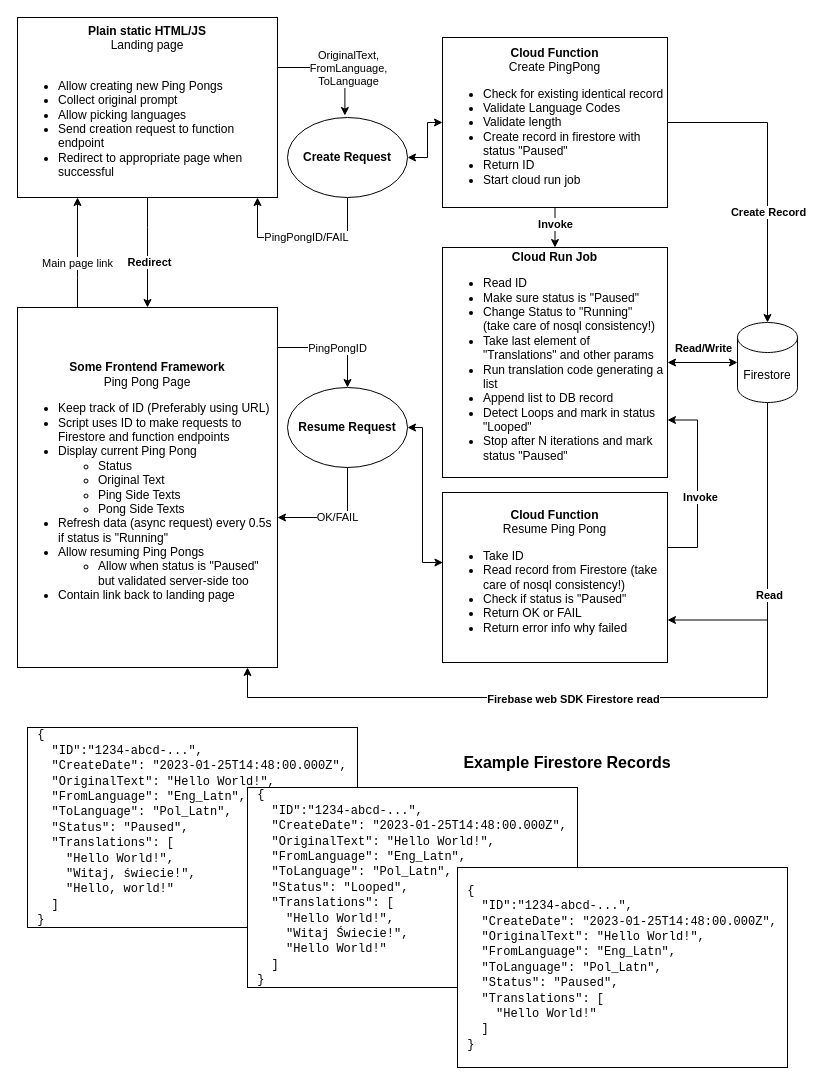
Before: docs/gcp.drawio in niegrzybkowski/ping-pong-translate-gcp, a draw.io diagram. Source tidied: cells renumbered, new cells numbered last; positions are measured from the earlier drawing's top-left corner, leaving out a move shared by most shapes. Both pictures are drawn from the tidied source at 100%, with x=0, y=0 at pixel (17, 17).
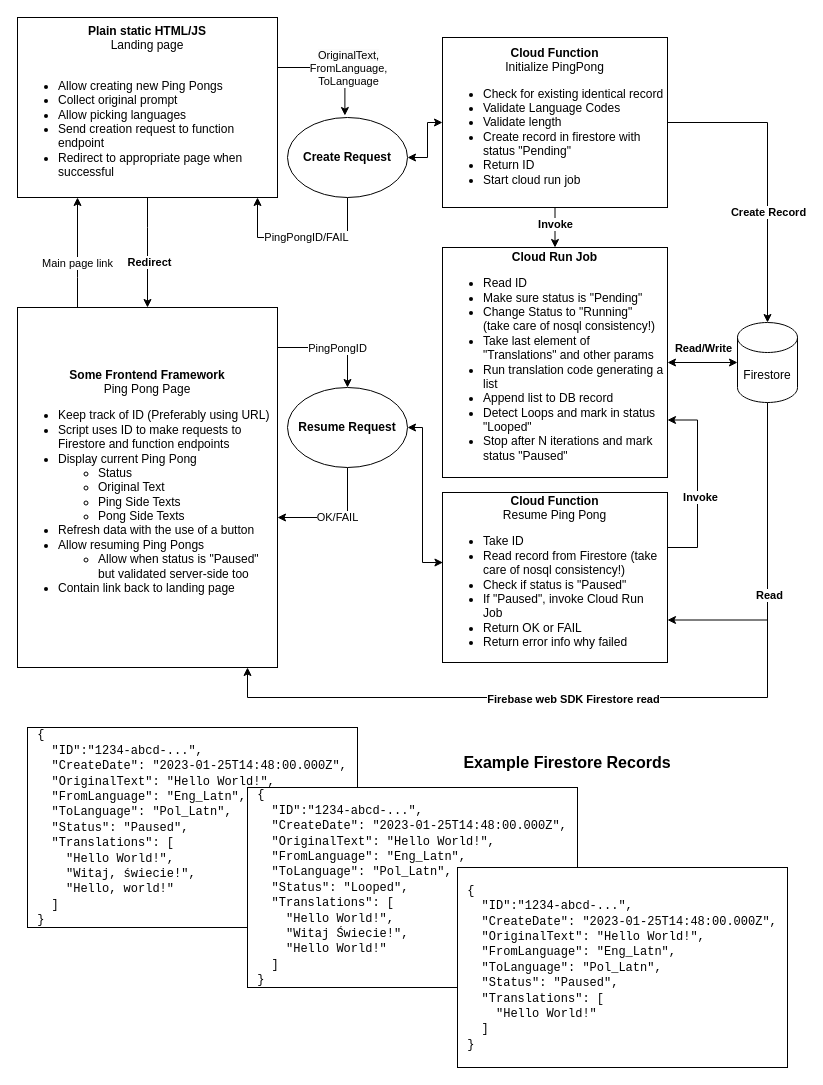
After the change.

What changed in the source:
```diff
@@
-    <mxCell id="8" value="&lt;b&gt;Some Frontend Framework&lt;/b&gt;&lt;br&gt;Ping Pong Page&lt;br&gt;&lt;ul style=&quot;&quot;&gt;&lt;li style=&quot;text-align: left;&quot;&gt;Keep track of ID (Preferably using URL)&lt;/li&gt;&lt;li style=&quot;text-align: left;&quot;&gt;Script uses ID to make requests to Firestore and function endpoints&lt;/li&gt;&lt;li style=&quot;text-align: left;&quot;&gt;Display current Ping Pong&lt;/li&gt;&lt;ul&gt;&lt;li style=&quot;text-align: left;&quot;&gt;Status&lt;/li&gt;&lt;li style=&quot;text-align: left;&quot;&gt;Original Text&lt;/li&gt;&lt;li style=&quot;text-align: left;&quot;&gt;Ping Side Texts&lt;/li&gt;&lt;li style=&quot;text-align: left;&quot;&gt;Pong Side Texts&lt;/li&gt;&lt;/ul&gt;&lt;li style=&quot;text-align: left;&quot;&gt;Refresh data (async request) every 0.5s if status is &quot;Running&quot;&amp;nbsp;&lt;/li&gt;&lt;li style=&quot;border-color: var(--border-color); text-align: left;&quot;&gt;Allow resuming Ping Pongs&lt;/li&gt;&lt;ul&gt;&lt;li style=&quot;border-color: var(--border-color); text-align: left;&quot;&gt;Allow when status is &quot;Paused&quot; but validated server-side too&lt;/li&gt;&lt;/ul&gt;&lt;li style=&quot;text-align: left;&quot;&gt;Contain link back to landing page&amp;nbsp;&lt;/li&gt;&lt;/ul&gt;" style="rounded=0;whiteSpace=wrap;html=1;" parent="1" vertex="1">
+    <mxCell id="8" value="&lt;b&gt;Some Frontend Framework&lt;/b&gt;&lt;br&gt;Ping Pong Page&lt;br&gt;&lt;ul style=&quot;&quot;&gt;&lt;li style=&quot;text-align: left;&quot;&gt;Keep track of ID (Preferably using URL)&lt;/li&gt;&lt;li style=&quot;text-align: left;&quot;&gt;Script uses ID to make requests to Firestore and function endpoints&lt;/li&gt;&lt;li style=&quot;text-align: left;&quot;&gt;Display current Ping Pong&lt;/li&gt;&lt;ul&gt;&lt;li style=&quot;text-align: left;&quot;&gt;Status&lt;/li&gt;&lt;li style=&quot;text-align: left;&quot;&gt;Original Text&lt;/li&gt;&lt;li style=&quot;text-align: left;&quot;&gt;Ping Side Texts&lt;/li&gt;&lt;li style=&quot;text-align: left;&quot;&gt;Pong Side Texts&lt;/li&gt;&lt;/ul&gt;&lt;li style=&quot;text-align: left;&quot;&gt;Refresh data with the use of a button&lt;/li&gt;&lt;li style=&quot;border-color: var(--border-color); text-align: left;&quot;&gt;Allow resuming Ping Pongs&lt;/li&gt;&lt;ul&gt;&lt;li style=&quot;border-color: var(--border-color); text-align: left;&quot;&gt;Allow when status is &quot;Paused&quot; but validated server-side too&lt;/li&gt;&lt;/ul&gt;&lt;li style=&quot;text-align: left;&quot;&gt;Contain link back to landing page&amp;nbsp;&lt;/li&gt;&lt;/ul&gt;" style="rounded=0;whiteSpace=wrap;html=1;" parent="1" vertex="1">
       <mxGeometry y="290" width="260" height="360" as="geometry" />
     </mxCell>
@@
-    <mxCell id="13" value="&lt;b&gt;Cloud Function&lt;br&gt;&lt;/b&gt;Create PingPong&lt;br&gt;&lt;div style=&quot;text-align: left;&quot;&gt;&lt;ul style=&quot;&quot;&gt;&lt;li style=&quot;font-weight: bold;&quot;&gt;&lt;span style=&quot;background-color: initial; font-weight: normal;&quot;&gt;Check for existing identical record&lt;/span&gt;&lt;/li&gt;&lt;li style=&quot;font-weight: bold;&quot;&gt;&lt;span style=&quot;background-color: initial; font-weight: normal;&quot;&gt;Validate Language Codes&lt;/span&gt;&lt;/li&gt;&lt;li style=&quot;font-weight: bold;&quot;&gt;&lt;span style=&quot;background-color: initial; font-weight: normal;&quot;&gt;Validate length&lt;/span&gt;&lt;/li&gt;&lt;li style=&quot;&quot;&gt;&lt;span style=&quot;background-color: initial;&quot;&gt;Create record in firestore with status &quot;Paused&quot;&lt;/span&gt;&lt;/li&gt;&lt;li style=&quot;&quot;&gt;&lt;span style=&quot;background-color: initial;&quot;&gt;Return ID&lt;/span&gt;&lt;/li&gt;&lt;li style=&quot;&quot;&gt;&lt;span style=&quot;background-color: initial;&quot;&gt;Start cloud run job&lt;/span&gt;&lt;/li&gt;&lt;/ul&gt;&lt;/div&gt;" style="rounded=0;whiteSpace=wrap;html=1;" parent="1" vertex="1">
+    <mxCell id="13" value="&lt;b&gt;Cloud Function&lt;br&gt;&lt;/b&gt;Initialize PingPong&lt;br&gt;&lt;div style=&quot;text-align: left;&quot;&gt;&lt;ul style=&quot;&quot;&gt;&lt;li style=&quot;font-weight: bold;&quot;&gt;&lt;span style=&quot;background-color: initial; font-weight: normal;&quot;&gt;Check for existing identical record&lt;/span&gt;&lt;/li&gt;&lt;li style=&quot;font-weight: bold;&quot;&gt;&lt;span style=&quot;background-color: initial; font-weight: normal;&quot;&gt;Validate Language Codes&lt;/span&gt;&lt;/li&gt;&lt;li style=&quot;font-weight: bold;&quot;&gt;&lt;span style=&quot;background-color: initial; font-weight: normal;&quot;&gt;Validate length&lt;/span&gt;&lt;/li&gt;&lt;li style=&quot;&quot;&gt;&lt;span style=&quot;background-color: initial;&quot;&gt;Create record in firestore with status &quot;Pending&quot;&lt;/span&gt;&lt;/li&gt;&lt;li style=&quot;&quot;&gt;&lt;span style=&quot;background-color: initial;&quot;&gt;Return ID&lt;/span&gt;&lt;/li&gt;&lt;li style=&quot;&quot;&gt;&lt;span style=&quot;background-color: initial;&quot;&gt;Start cloud run job&lt;/span&gt;&lt;/li&gt;&lt;/ul&gt;&lt;/div&gt;" style="rounded=0;whiteSpace=wrap;html=1;" parent="1" vertex="1">
       <mxGeometry x="425" y="20" width="225" height="170" as="geometry" />
     </mxCell>
@@
-    <mxCell id="16" value="&lt;b&gt;Cloud Run Job&lt;/b&gt;&lt;br&gt;&lt;ul style=&quot;&quot;&gt;&lt;li style=&quot;text-align: left;&quot;&gt;Read ID&lt;/li&gt;&lt;li style=&quot;text-align: left;&quot;&gt;Make sure status is &quot;Paused&quot;&lt;/li&gt;&lt;li style=&quot;text-align: left;&quot;&gt;Change Status to &quot;Running&quot;&lt;br&gt;(take care of nosql consistency!)&lt;br&gt;&lt;/li&gt;&lt;li style=&quot;text-align: left;&quot;&gt;Take last element of &quot;Translations&quot; and other params&lt;/li&gt;&lt;li style=&quot;text-align: left;&quot;&gt;Run translation code generating a list&lt;/li&gt;&lt;li style=&quot;text-align: left;&quot;&gt;Append list to DB record&lt;/li&gt;&lt;li style=&quot;text-align: left;&quot;&gt;Detect Loops and mark in status &quot;Looped&quot;&lt;/li&gt;&lt;li style=&quot;text-align: left;&quot;&gt;Stop after N iterations and mark status &quot;Paused&quot;&lt;/li&gt;&lt;/ul&gt;" style="rounded=0;whiteSpace=wrap;html=1;" parent="1" vertex="1">
+    <mxCell id="16" value="&lt;b&gt;Cloud Run Job&lt;/b&gt;&lt;br&gt;&lt;ul style=&quot;&quot;&gt;&lt;li style=&quot;text-align: left;&quot;&gt;Read ID&lt;/li&gt;&lt;li style=&quot;text-align: left;&quot;&gt;Make sure status is &quot;Pending&quot;&lt;/li&gt;&lt;li style=&quot;text-align: left;&quot;&gt;Change Status to &quot;Running&quot;&lt;br&gt;(take care of nosql consistency!)&lt;br&gt;&lt;/li&gt;&lt;li style=&quot;text-align: left;&quot;&gt;Take last element of &quot;Translations&quot; and other params&lt;/li&gt;&lt;li style=&quot;text-align: left;&quot;&gt;Run translation code generating a list&lt;/li&gt;&lt;li style=&quot;text-align: left;&quot;&gt;Append list to DB record&lt;/li&gt;&lt;li style=&quot;text-align: left;&quot;&gt;Detect Loops and mark in status &quot;Looped&quot;&lt;/li&gt;&lt;li style=&quot;text-align: left;&quot;&gt;Stop after N iterations and mark status &quot;Paused&quot;&lt;/li&gt;&lt;/ul&gt;" style="rounded=0;whiteSpace=wrap;html=1;" parent="1" vertex="1">
       <mxGeometry x="425" y="230" width="225" height="230" as="geometry" />
     </mxCell>
@@
-    <mxCell id="32" value="&lt;b&gt;Cloud Function&lt;br&gt;&lt;/b&gt;Resume Ping Pong&lt;br&gt;&lt;div style=&quot;text-align: left;&quot;&gt;&lt;ul style=&quot;&quot;&gt;&lt;li style=&quot;&quot;&gt;Take ID&lt;/li&gt;&lt;li style=&quot;&quot;&gt;Read record from Firestore (take care of&amp;nbsp;nosql consistency!)&amp;nbsp;&lt;/li&gt;&lt;li style=&quot;&quot;&gt;Check if status is &quot;Paused&quot;&lt;/li&gt;&lt;li style=&quot;&quot;&gt;Return OK or FAIL&amp;nbsp;&lt;/li&gt;&lt;li style=&quot;&quot;&gt;Return error info why failed&lt;/li&gt;&lt;/ul&gt;&lt;/div&gt;" style="rounded=0;whiteSpace=wrap;html=1;" parent="1" vertex="1">
+    <mxCell id="32" value="&lt;b&gt;Cloud Function&lt;br&gt;&lt;/b&gt;Resume Ping Pong&lt;br&gt;&lt;div style=&quot;text-align: left;&quot;&gt;&lt;ul style=&quot;&quot;&gt;&lt;li style=&quot;&quot;&gt;Take ID&lt;/li&gt;&lt;li style=&quot;&quot;&gt;Read record from Firestore (take care of&amp;nbsp;nosql consistency!)&amp;nbsp;&lt;/li&gt;&lt;li style=&quot;&quot;&gt;Check if status is &quot;Paused&quot;&lt;/li&gt;&lt;li style=&quot;&quot;&gt;If &quot;Paused&quot;, invoke Cloud Run Job&lt;/li&gt;&lt;li style=&quot;&quot;&gt;Return OK or FAIL&amp;nbsp;&lt;/li&gt;&lt;li style=&quot;&quot;&gt;Return error info why failed&lt;/li&gt;&lt;/ul&gt;&lt;/div&gt;" style="rounded=0;whiteSpace=wrap;html=1;" parent="1" vertex="1">
       <mxGeometry x="425" y="475" width="225" height="170" as="geometry" />
     </mxCell>
```
